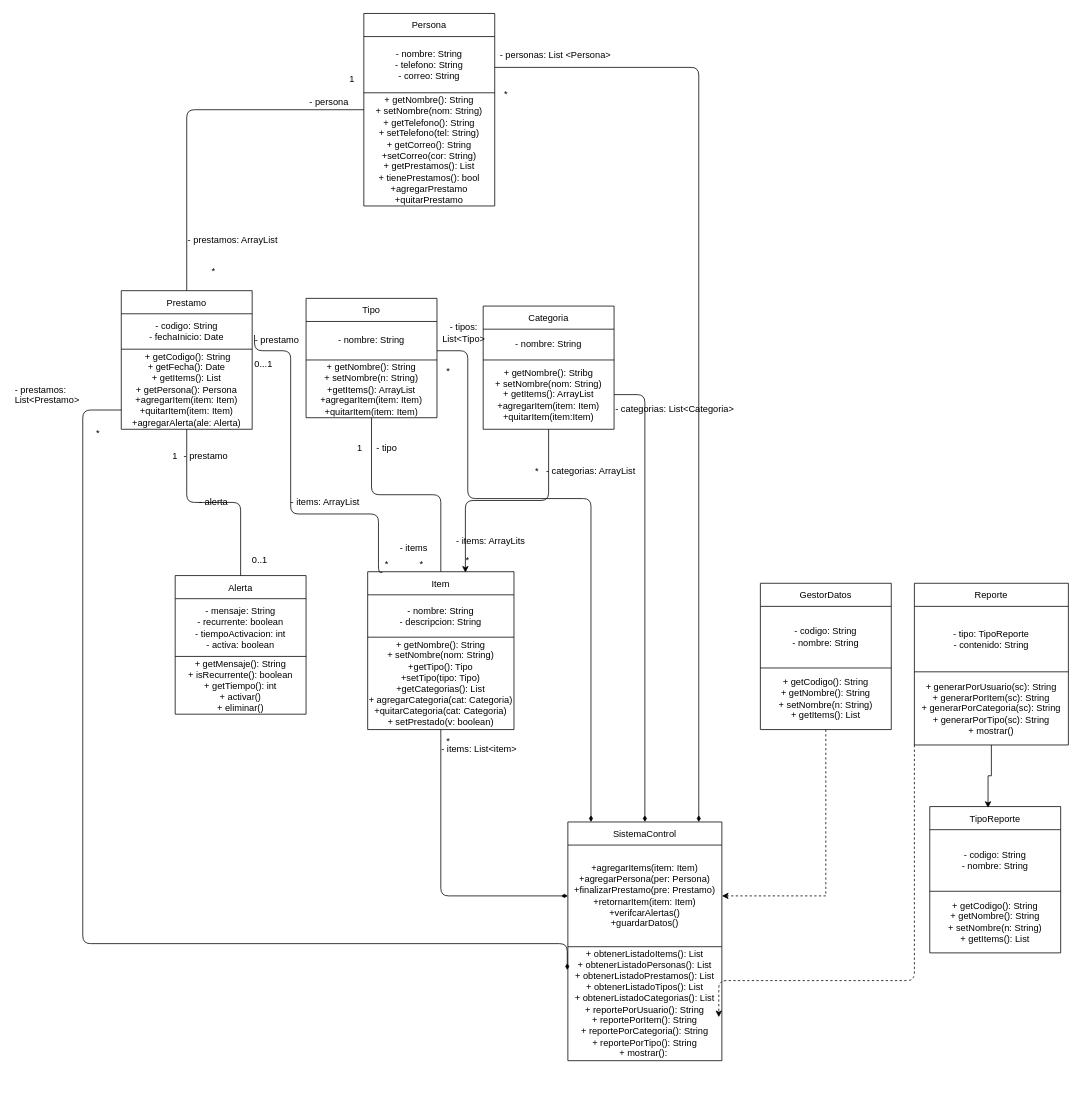
Before: Diagrama Actualizado.drawio in Pili2811/Control-de-Pr-stamos, a draw.io diagram. Source tidied: cells renumbered, new cells numbered last; positions are measured from the earlier drawing's top-left corner, leaving out a move shared by most shapes. Both pictures are drawn from the tidied source at 77%, with x=0, y=0 at pixel (13, 13).
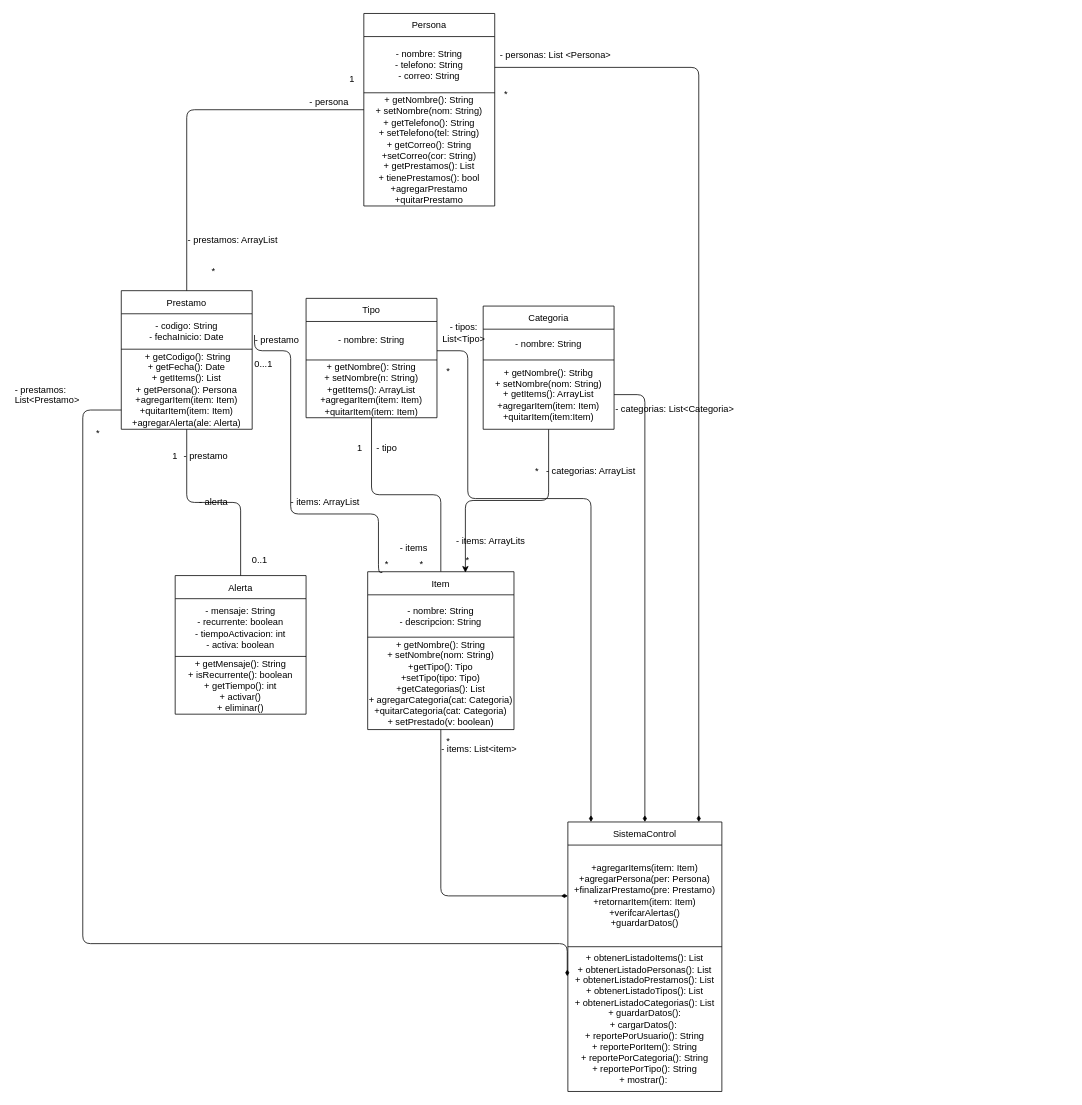
The same diagram, later.

Commit message:
Actualizar Diagrama Control Prestamos.drawio

Unchanged cells that the change refers to:
```xml
<mxCell id="38" style="shape=tableRow;horizontal=0;startSize=0;swimlaneHead=0;swimlaneBody=0;strokeColor=inherit;top=0;left=0;bottom=0;right=0;fillColor=none;points=[[0,0.5],[1,0.5]];portConstraint=eastwest;fixedHeader=1;" parent="37" vertex="1">
  <mxGeometry y="30" width="200" height="132" as="geometry" />
</mxCell>
```

What changed in the source:
```diff
@@
-    <mxCell id="14" style="edgeStyle=orthogonalEdgeStyle;rounded=0;jettySize=auto;html=1;entryX=1;entryY=0.5;entryDx=0;entryDy=0;dashed=1;" parent="1" edge="1" source="15" target="38">
-      <mxGeometry relative="1" as="geometry" />
-    </mxCell>
-    <mxCell id="15" value="GestorDatos" style="shape=table;startSize=30;childLayout=tableLayout;fixedHeader=1;" parent="1" vertex="1">
-      <mxGeometry x="970" y="740" width="170" height="190" as="geometry" />
-    </mxCell>
-    <mxCell id="16" style="shape=tableRow;horizontal=0;startSize=0;swimlaneHead=0;swimlaneBody=0;strokeColor=inherit;top=0;left=0;bottom=0;right=0;fillColor=none;fixedHeader=1;" parent="15" vertex="1">
-      <mxGeometry y="30" width="170" height="80" as="geometry" />
-    </mxCell>
-    <mxCell id="17" value="&lt;div&gt;- codigo: String&lt;/div&gt;&lt;div&gt;- nombre: String&lt;/div&gt;" style="shape=partialRectangle;html=1;whiteSpace=wrap;strokeColor=inherit;overflow=hidden;fillColor=none;top=0;left=0;bottom=0;right=0;" parent="16" vertex="1">
-      <mxGeometry width="170" height="80" as="geometry" />
-    </mxCell>
-    <mxCell id="18" style="shape=tableRow;horizontal=0;startSize=0;swimlaneHead=0;swimlaneBody=0;strokeColor=inherit;top=0;left=0;bottom=0;right=0;fillColor=none;fixedHeader=1;" parent="15" vertex="1">
-      <mxGeometry y="110" width="170" height="80" as="geometry" />
-    </mxCell>
-    <mxCell id="19" value="&lt;div&gt;+ getCodigo(): String&lt;/div&gt;&lt;div&gt;+ getNombre(): String&lt;/div&gt;&lt;div&gt;+ setNombre(n: String)&lt;/div&gt;&lt;div&gt;+ getItems(): List&lt;/div&gt;" style="shape=partialRectangle;html=1;whiteSpace=wrap;strokeColor=inherit;overflow=hidden;fillColor=none;top=0;left=0;bottom=0;right=0;" parent="18" vertex="1">
-      <mxGeometry width="170" height="80" as="geometry" />
-    </mxCell>
@@
     <mxCell id="37" value="SistemaControl" style="shape=table;startSize=30;childLayout=tableLayout;fixedHeader=1;" parent="1" vertex="1">
-      <mxGeometry x="720" y="1050" width="200" height="310" as="geometry" />
+      <mxGeometry x="720" y="1050" width="200" height="350" as="geometry" />
     </mxCell>
@@
     <mxCell id="40" style="shape=tableRow;horizontal=0;startSize=0;swimlaneHead=0;swimlaneBody=0;strokeColor=inherit;top=0;left=0;bottom=0;right=0;fillColor=none;points=[[0,0.5],[1,0.5]];portConstraint=eastwest;fixedHeader=1;" parent="37" vertex="1">
-      <mxGeometry y="162" width="200" height="148" as="geometry" />
+      <mxGeometry y="162" width="200" height="188" as="geometry" />
     </mxCell>
-    <mxCell id="41" value="&lt;div&gt;+ obtenerListadoItems(): List&lt;/div&gt;&lt;div&gt;+ obtenerListadoPersonas(): List&lt;/div&gt;&lt;div&gt;+ obtenerListadoPrestamos(): List&lt;/div&gt;&lt;div&gt;+ obtenerListadoTipos(): List&lt;/div&gt;&lt;div&gt;+ obtenerListadoCategorias(): List&lt;/div&gt;&lt;div&gt;&lt;div&gt;+ reportePorUsuario(): String&lt;/div&gt;&lt;div&gt;+ reportePorItem(): String&lt;/div&gt;&lt;div&gt;+ reportePorCategoria(): String&lt;/div&gt;&lt;div&gt;+ reportePorTipo(): String&lt;/div&gt;&lt;div&gt;+ mostrar():&amp;nbsp;&lt;/div&gt;&lt;/div&gt;&lt;div&gt;&lt;/div&gt;" style="shape=partialRectangle;html=1;whiteSpace=wrap;strokeColor=inherit;overflow=hidden;fillColor=none;top=0;left=0;bottom=0;right=0;" parent="40" vertex="1">
-      <mxGeometry width="200" height="148" as="geometry" />
+    <mxCell id="41" value="&lt;div&gt;+ obtenerListadoItems(): List&lt;/div&gt;&lt;div&gt;+ obtenerListadoPersonas(): List&lt;/div&gt;&lt;div&gt;+ obtenerListadoPrestamos(): List&lt;/div&gt;&lt;div&gt;+ obtenerListadoTipos(): List&lt;/div&gt;&lt;div&gt;+ obtenerListadoCategorias(): List&lt;/div&gt;&lt;div&gt;&lt;div&gt;+ guardarDatos():&lt;/div&gt;&lt;div&gt;+ cargarDatos():&amp;nbsp;&lt;/div&gt;&lt;/div&gt;&lt;div&gt;&lt;div&gt;+ reportePorUsuario(): String&lt;/div&gt;&lt;div&gt;+ reportePorItem(): String&lt;/div&gt;&lt;div&gt;+ reportePorCategoria(): String&lt;/div&gt;&lt;div&gt;+ reportePorTipo(): String&lt;/div&gt;&lt;div&gt;+ mostrar():&amp;nbsp;&lt;/div&gt;&lt;/div&gt;&lt;div&gt;&lt;/div&gt;" style="shape=partialRectangle;html=1;whiteSpace=wrap;strokeColor=inherit;overflow=hidden;fillColor=none;top=0;left=0;bottom=0;right=0;" parent="40" vertex="1">
+      <mxGeometry width="200" height="188" as="geometry" />
     </mxCell>
-    <mxCell id="42" value="Reporte" style="shape=table;startSize=30;childLayout=tableLayout;fixedHeader=1;" parent="1" vertex="1">
-      <mxGeometry x="1170" y="740" width="200" height="210" as="geometry" />
-    </mxCell>
-    <mxCell id="43" style="shape=tableRow;horizontal=0;startSize=0;swimlaneHead=0;swimlaneBody=0;strokeColor=inherit;top=0;left=0;bottom=0;right=0;fillColor=none;fixedHeader=1;" parent="42" vertex="1">
-      <mxGeometry y="30" width="200" height="85" as="geometry" />
-    </mxCell>
-    <mxCell id="44" value="&lt;div&gt;- tipo: TipoReporte&lt;/div&gt;&lt;div&gt;- contenido: String&lt;/div&gt;" style="shape=partialRectangle;html=1;whiteSpace=wrap;strokeColor=inherit;overflow=hidden;fillColor=none;top=0;left=0;bottom=0;right=0;" parent="43" vertex="1">
-      <mxGeometry width="200" height="85" as="geometry" />
-    </mxCell>
-    <mxCell id="45" style="shape=tableRow;horizontal=0;startSize=0;swimlaneHead=0;swimlaneBody=0;strokeColor=inherit;top=0;left=0;bottom=0;right=0;fillColor=none;fixedHeader=1;" parent="42" vertex="1">
-      <mxGeometry y="115" width="200" height="95" as="geometry" />
-    </mxCell>
-    <mxCell id="46" value="&lt;div&gt;+ generarPorUsuario(sc): String&lt;/div&gt;&lt;div&gt;+ generarPorItem(sc): String&lt;/div&gt;&lt;div&gt;+ generarPorCategoria(sc): String&lt;/div&gt;&lt;div&gt;+ generarPorTipo(sc): String&lt;/div&gt;&lt;div&gt;+ mostrar()&lt;/div&gt;" style="shape=partialRectangle;html=1;whiteSpace=wrap;strokeColor=inherit;overflow=hidden;fillColor=none;top=0;left=0;bottom=0;right=0;" parent="45" vertex="1">
-      <mxGeometry width="200" height="95" as="geometry" />
-    </mxCell>
@@
-    <mxCell id="53" value="TipoReporte" style="shape=table;startSize=30;childLayout=tableLayout;fixedHeader=1;" parent="1" vertex="1">
-      <mxGeometry x="1190" y="1030" width="170" height="190" as="geometry" />
-    </mxCell>
-    <mxCell id="54" style="shape=tableRow;horizontal=0;startSize=0;swimlaneHead=0;swimlaneBody=0;strokeColor=inherit;top=0;left=0;bottom=0;right=0;fillColor=none;fixedHeader=1;" parent="53" vertex="1">
-      <mxGeometry y="30" width="170" height="80" as="geometry" />
-    </mxCell>
-    <mxCell id="55" value="&lt;div&gt;- codigo: String&lt;/div&gt;&lt;div&gt;- nombre: String&lt;/div&gt;" style="shape=partialRectangle;html=1;whiteSpace=wrap;strokeColor=inherit;overflow=hidden;fillColor=none;top=0;left=0;bottom=0;right=0;" parent="54" vertex="1">
-      <mxGeometry width="170" height="80" as="geometry" />
-    </mxCell>
-    <mxCell id="56" style="shape=tableRow;horizontal=0;startSize=0;swimlaneHead=0;swimlaneBody=0;strokeColor=inherit;top=0;left=0;bottom=0;right=0;fillColor=none;fixedHeader=1;" parent="53" vertex="1">
-      <mxGeometry y="110" width="170" height="80" as="geometry" />
-    </mxCell>
-    <mxCell id="57" value="&lt;div&gt;+ getCodigo(): String&lt;/div&gt;&lt;div&gt;+ getNombre(): String&lt;/div&gt;&lt;div&gt;+ setNombre(n: String)&lt;/div&gt;&lt;div&gt;+ getItems(): List&lt;/div&gt;" style="shape=partialRectangle;html=1;whiteSpace=wrap;strokeColor=inherit;overflow=hidden;fillColor=none;top=0;left=0;bottom=0;right=0;" parent="56" vertex="1">
-      <mxGeometry width="170" height="80" as="geometry" />
-    </mxCell>
@@
-    <mxCell id="75" style="edgeStyle=orthogonalEdgeStyle;rounded=1;jettySize=auto;html=1;entryX=0.98;entryY=0.618;entryDx=0;entryDy=0;entryPerimeter=0;dashed=1;curved=0;" parent="1" edge="1" source="42" target="40">
-      <mxGeometry relative="1" as="geometry">
-        <Array as="points">
-          <mxPoint x="1170" y="1256" />
-        </Array>
-      </mxGeometry>
-    </mxCell>
@@
-    <mxCell id="78" style="edgeStyle=orthogonalEdgeStyle;rounded=0;jettySize=auto;html=1;entryX=0.445;entryY=0.009;entryDx=0;entryDy=0;entryPerimeter=0;" parent="1" edge="1" source="42" target="53">
-      <mxGeometry relative="1" as="geometry" />
-    </mxCell>
```
